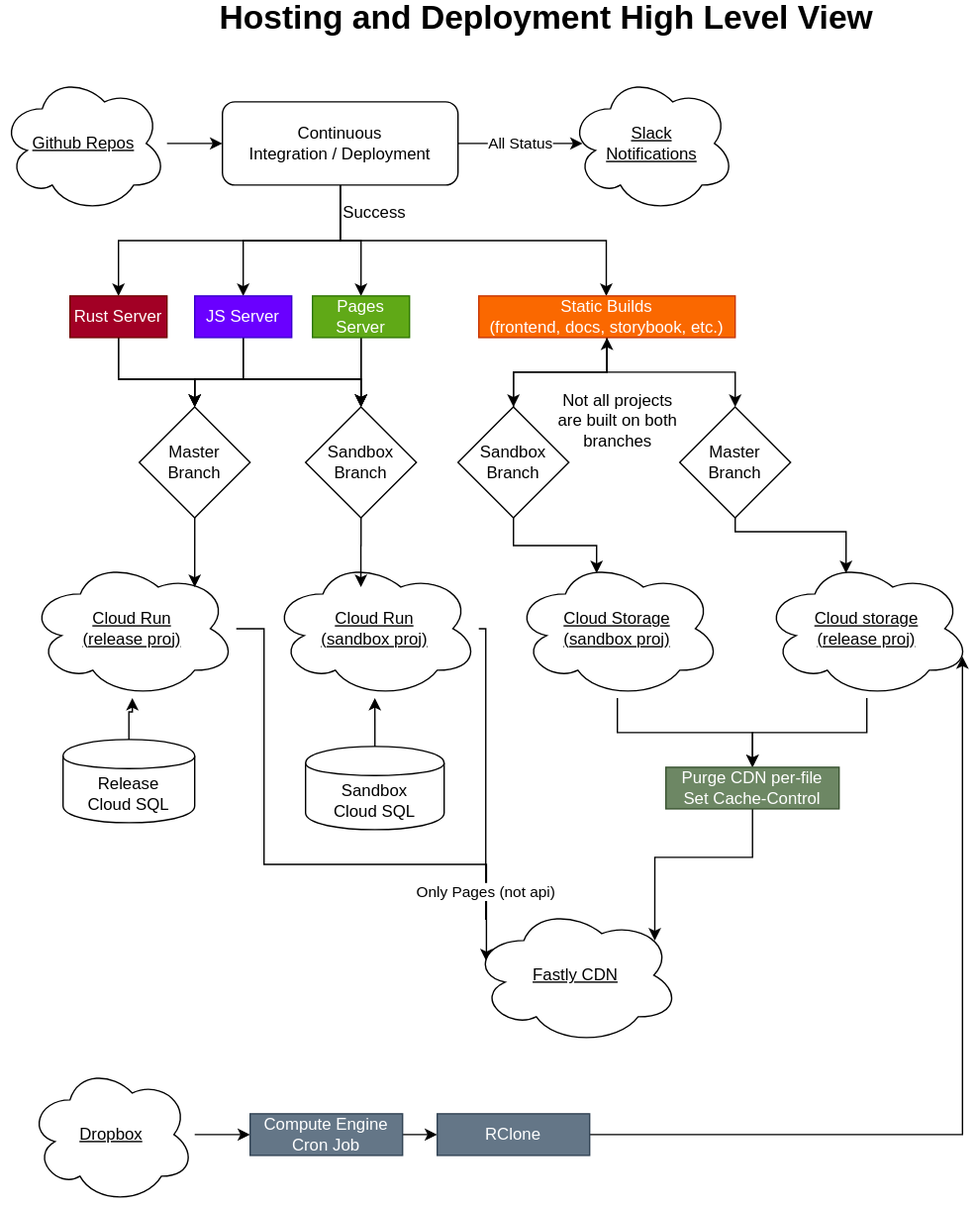
Before: documentation/src/engineering/hosting-deployment/hosting-deployment.drawio.svg, a diagram exported from draw.io (ji-devs/ji-cloud). Source tidied: cells renumbered, new cells last; positions are measured from the earlier drawing's top-left corner, leaving out a move shared by most shapes.
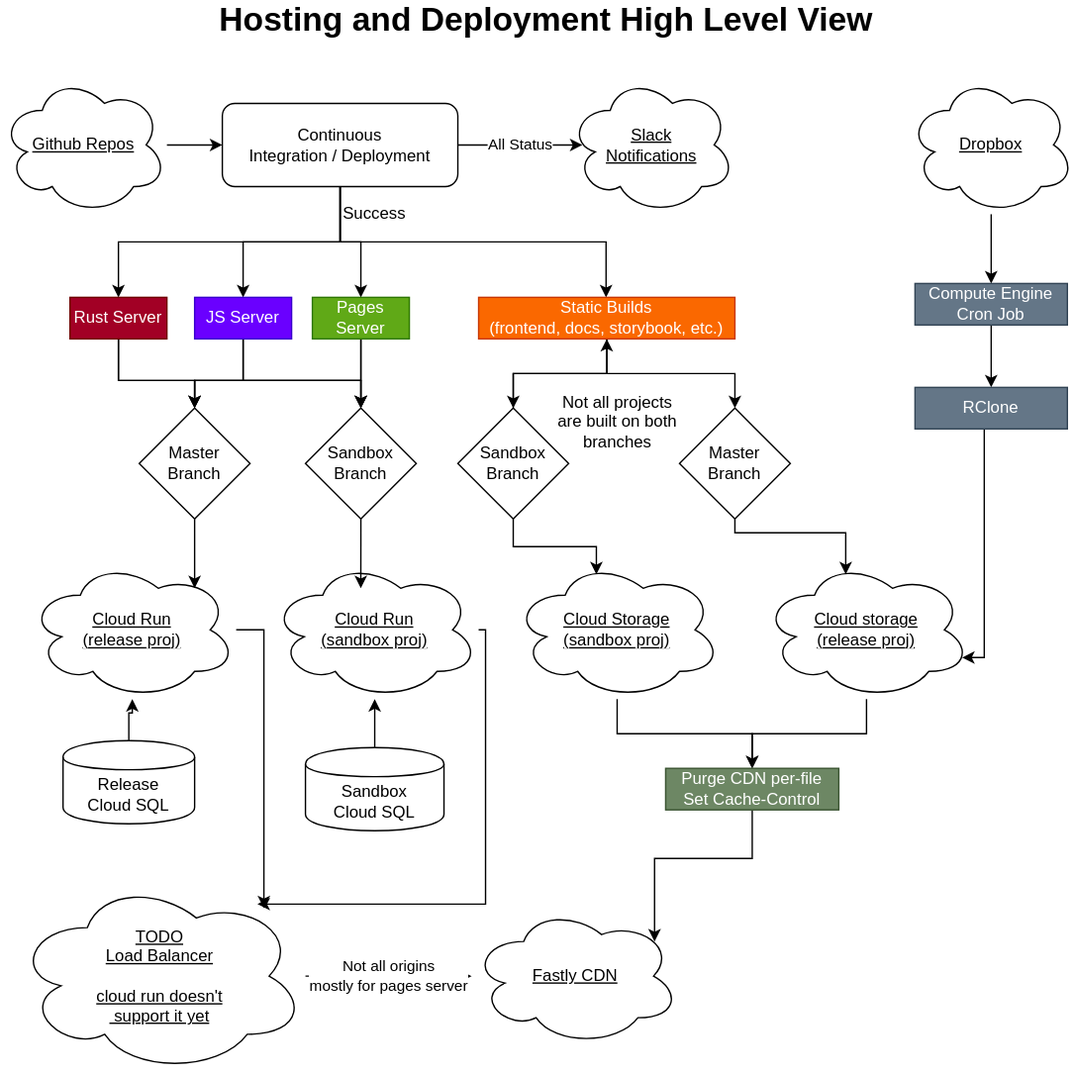
Above is the later version.

Change to the diagram source:
```diff
@@ -91,30 +91,24 @@
     <mxCell id="19" value="Pages Server" style="rounded=0;whiteSpace=wrap;html=1;fillColor=#60a917;strokeColor=#2D7600;fontColor=#ffffff;" parent="1" vertex="1">
       <mxGeometry x="225" y="210" width="70" height="30" as="geometry" />
     </mxCell>
-    <mxCell id="20" style="edgeStyle=orthogonalEdgeStyle;rounded=0;jettySize=auto;html=1;entryX=0.07;entryY=0.4;entryDx=0;entryDy=0;entryPerimeter=0;" parent="1" edge="1" source="21" target="54">
-      <mxGeometry relative="1" as="geometry">
-        <Array as="points">
-          <mxPoint x="190" y="450" />
-          <mxPoint x="190" y="620" />
-          <mxPoint x="351" y="620" />
-        </Array>
-      </mxGeometry>
-    </mxCell>
+    <mxCell id="57" style="edgeStyle=orthogonalEdgeStyle;rounded=0;jettySize=auto;html=1;" parent="1" edge="1" source="21" target="60">
+      <mxGeometry relative="1" as="geometry">
+        <Array as="points">
+          <mxPoint x="190" y="450" />
+        </Array>
+      </mxGeometry>
+    </mxCell>
     <mxCell id="21" value="&lt;u&gt;Cloud Run&lt;br&gt;(release proj)&lt;br&gt;&lt;/u&gt;" style="ellipse;shape=cloud;whiteSpace=wrap;html=1;" parent="1" vertex="1">
       <mxGeometry x="20" y="400" width="150" height="100" as="geometry" />
     </mxCell>
-    <mxCell id="22" style="edgeStyle=orthogonalEdgeStyle;rounded=0;jettySize=auto;html=1;endArrow=none;endFill=0;" parent="1" edge="1" source="24">
-      <mxGeometry relative="1" as="geometry">
-        <mxPoint x="350" y="660" as="targetPoint" />
-        <Array as="points">
-          <mxPoint x="350" y="450" />
-          <mxPoint x="350" y="640" />
-        </Array>
-      </mxGeometry>
-    </mxCell>
-    <mxCell id="23" value="Only Pages (not api)" style="edgeLabel;html=1;align=center;verticalAlign=middle;" parent="22" vertex="1">
-      <mxGeometry x="0.81" relative="1" as="geometry" />
-    </mxCell>
+    <mxCell id="58" style="edgeStyle=orthogonalEdgeStyle;rounded=0;jettySize=auto;html=1;" parent="1" edge="1" source="24" target="60">
+      <mxGeometry relative="1" as="geometry">
+        <Array as="points">
+          <mxPoint x="350" y="450" />
+          <mxPoint x="350" y="648" />
+        </Array>
+      </mxGeometry>
+    </mxCell>
     <mxCell id="24" value="&lt;u&gt;Cloud Run&lt;br&gt;(sandbox proj)&lt;br&gt;&lt;/u&gt;" style="ellipse;shape=cloud;whiteSpace=wrap;html=1;" parent="1" vertex="1">
       <mxGeometry x="195" y="400" width="150" height="100" as="geometry" />
     </mxCell>
@@ -189,11 +183,11 @@
     <mxCell id="46" value="Static Builds&lt;br&gt;(frontend, docs, storybook, etc.)" style="rounded=0;whiteSpace=wrap;html=1;fillColor=#fa6800;strokeColor=#C73500;fontColor=#ffffff;" parent="1" vertex="1">
       <mxGeometry x="345" y="210" width="185" height="30" as="geometry" />
     </mxCell>
-    <mxCell id="47" style="edgeStyle=orthogonalEdgeStyle;rounded=0;jettySize=auto;html=1;entryX=0;entryY=0.5;entryDx=0;entryDy=0;endArrow=classic;endFill=1;" parent="1" edge="1" source="48" target="52">
+    <mxCell id="47" style="edgeStyle=orthogonalEdgeStyle;rounded=0;jettySize=auto;html=1;" parent="1" edge="1" source="48" target="52">
       <mxGeometry relative="1" as="geometry" />
     </mxCell>
     <mxCell id="48" value="&lt;u&gt;Dropbox&lt;/u&gt;" style="ellipse;shape=cloud;whiteSpace=wrap;html=1;" parent="1" vertex="1">
-      <mxGeometry x="20" y="765" width="120" height="100" as="geometry" />
+      <mxGeometry x="655" y="50" width="120" height="100" as="geometry" />
     </mxCell>
     <mxCell id="49" style="edgeStyle=orthogonalEdgeStyle;rounded=0;jettySize=auto;html=1;entryX=0.88;entryY=0.25;entryDx=0;entryDy=0;entryPerimeter=0;" parent="1" edge="1" source="50" target="54">
       <mxGeometry relative="1" as="geometry" />
@@ -201,11 +195,11 @@
     <mxCell id="50" value="Purge CDN per-file&lt;br&gt;Set Cache-Control" style="rounded=0;whiteSpace=wrap;html=1;fillColor=#6d8764;strokeColor=#3A5431;fontColor=#ffffff;" parent="1" vertex="1">
       <mxGeometry x="480" y="550" width="125" height="30" as="geometry" />
     </mxCell>
-    <mxCell id="51" style="edgeStyle=orthogonalEdgeStyle;rounded=0;jettySize=auto;html=1;entryX=0;entryY=0.5;entryDx=0;entryDy=0;endArrow=classic;endFill=1;" parent="1" edge="1" source="52" target="56">
+    <mxCell id="51" style="edgeStyle=orthogonalEdgeStyle;rounded=0;jettySize=auto;html=1;entryX=0.5;entryY=0;entryDx=0;entryDy=0;" parent="1" edge="1" source="52" target="56">
       <mxGeometry relative="1" as="geometry" />
     </mxCell>
     <mxCell id="52" value="Compute Engine Cron Job&lt;br&gt;" style="rounded=0;whiteSpace=wrap;html=1;fillColor=#647687;strokeColor=#314354;fontColor=#ffffff;" parent="1" vertex="1">
-      <mxGeometry x="180" y="800" width="110" height="30" as="geometry" />
+      <mxGeometry x="660" y="200" width="110" height="30" as="geometry" />
     </mxCell>
     <mxCell id="53" value="Not all projects&lt;br&gt;are built on both&lt;br&gt;branches" style="text;html=1;align=center;verticalAlign=middle;" parent="1" vertex="1">
       <mxGeometry x="395" y="275" width="100" height="50" as="geometry" />
@@ -214,10 +208,20 @@
       <mxGeometry x="340" y="650" width="150" height="100" as="geometry" />
     </mxCell>
     <mxCell id="55" style="edgeStyle=orthogonalEdgeStyle;rounded=0;jettySize=auto;html=1;entryX=0.96;entryY=0.7;entryDx=0;entryDy=0;entryPerimeter=0;endArrow=classic;endFill=1;" parent="1" edge="1" source="56" target="35">
-      <mxGeometry relative="1" as="geometry" />
+      <mxGeometry relative="1" as="geometry">
+        <Array as="points">
+          <mxPoint x="710" y="470" />
+        </Array>
+      </mxGeometry>
     </mxCell>
     <mxCell id="56" value="RClone" style="rounded=0;whiteSpace=wrap;html=1;fillColor=#647687;strokeColor=#314354;fontColor=#ffffff;" parent="1" vertex="1">
-      <mxGeometry x="315" y="800" width="110" height="30" as="geometry" />
+      <mxGeometry x="660" y="275" width="110" height="30" as="geometry" />
     </mxCell>
+    <mxCell id="59" value="Not all origins&lt;br&gt;mostly for pages server" style="edgeStyle=orthogonalEdgeStyle;rounded=0;jettySize=auto;html=1;" parent="1" edge="1" source="60" target="54">
+      <mxGeometry relative="1" as="geometry" />
+    </mxCell>
+    <mxCell id="60" value="&lt;u&gt;TODO&lt;br&gt;Load Balancer&lt;br&gt;&lt;br&gt;cloud run doesn't&lt;br&gt;&amp;nbsp;support it yet&lt;br&gt;&lt;/u&gt;" style="ellipse;shape=cloud;whiteSpace=wrap;html=1;" parent="1" vertex="1">
+      <mxGeometry x="10" y="630" width="210" height="140" as="geometry" />
+    </mxCell>
   </root>
 </mxGraphModel>
```
